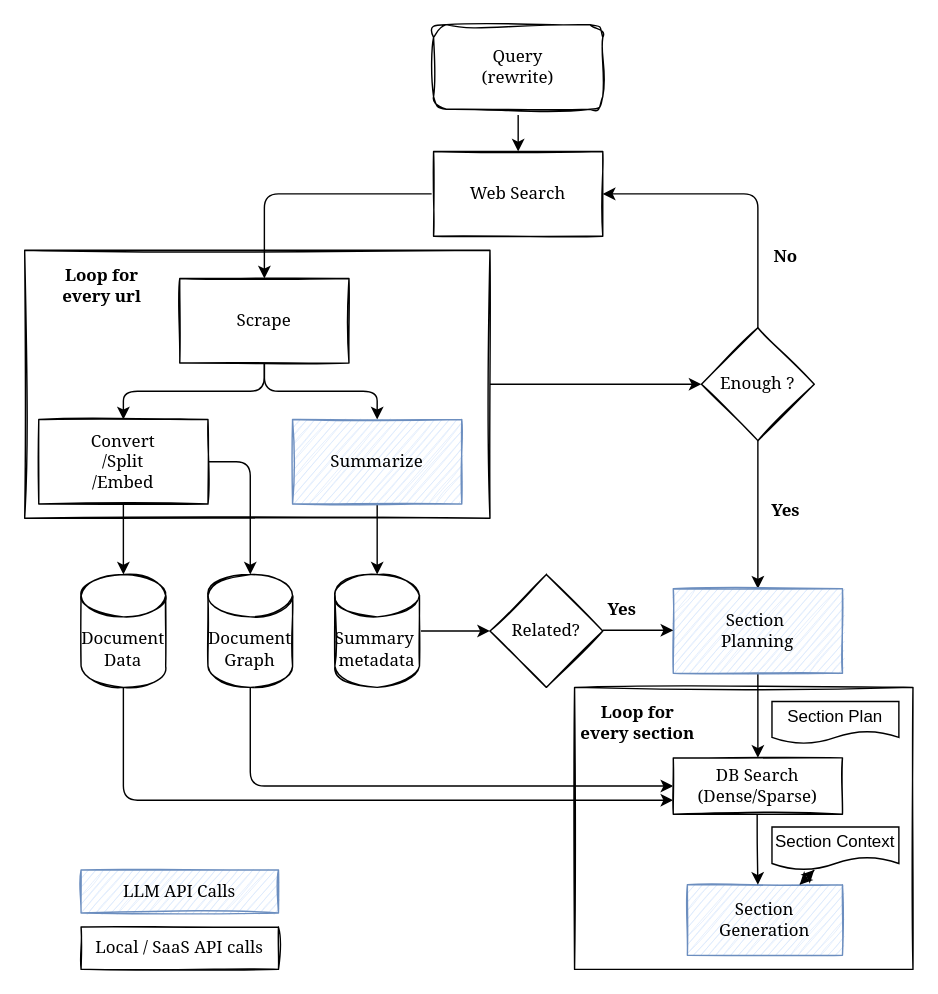
The draw.io diagram docs/assets/process-digest.drawio in leettools-dev/leettools, before the edit. Source tidied: cells renumbered, new cells numbered last; positions are measured from the earlier drawing's top-left corner, leaving out a move shared by most shapes. Both pictures are drawn from the tidied source at 141%, with x=0, y=0 at pixel (24, 24).
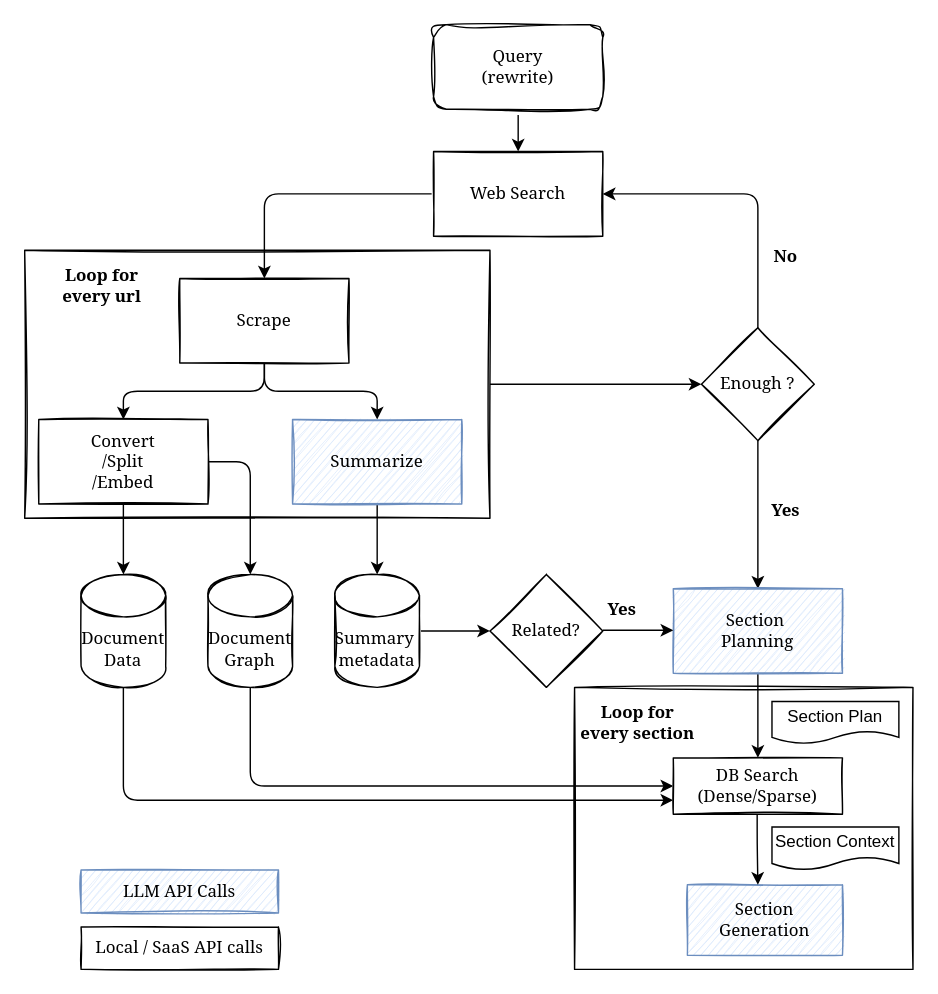
Above is the later version.

Unchanged cells that the change refers to:
```xml
<mxCell id="28" value="Section&lt;br&gt;Generation" style="rounded=0;whiteSpace=wrap;html=1;sketch=1;fontFamily=Georgia;fillColor=#dae8fc;strokeColor=#6c8ebf;gradientColor=none;" parent="1" vertex="1">
  <mxGeometry x="470" y="610" width="110" height="50" as="geometry" />
</mxCell>
<mxCell id="36" value="Section Context" style="shape=document;whiteSpace=wrap;html=1;boundedLbl=1;" parent="1" vertex="1">
  <mxGeometry x="530" y="569" width="90" height="30.5" as="geometry" />
</mxCell>
```

The edit, as a diff of the source:
```diff
@@
-    <mxCell id="27" style="edgeStyle=none;html=1;dashed=1;dashPattern=8 8;" parent="1" edge="1" source="28" target="36">
-      <mxGeometry relative="1" as="geometry" />
-    </mxCell>
@@
-    <mxCell id="35" style="edgeStyle=none;html=1;dashed=1;dashPattern=8 8;" parent="1" edge="1" source="36" target="28">
-      <mxGeometry relative="1" as="geometry" />
-    </mxCell>
```
